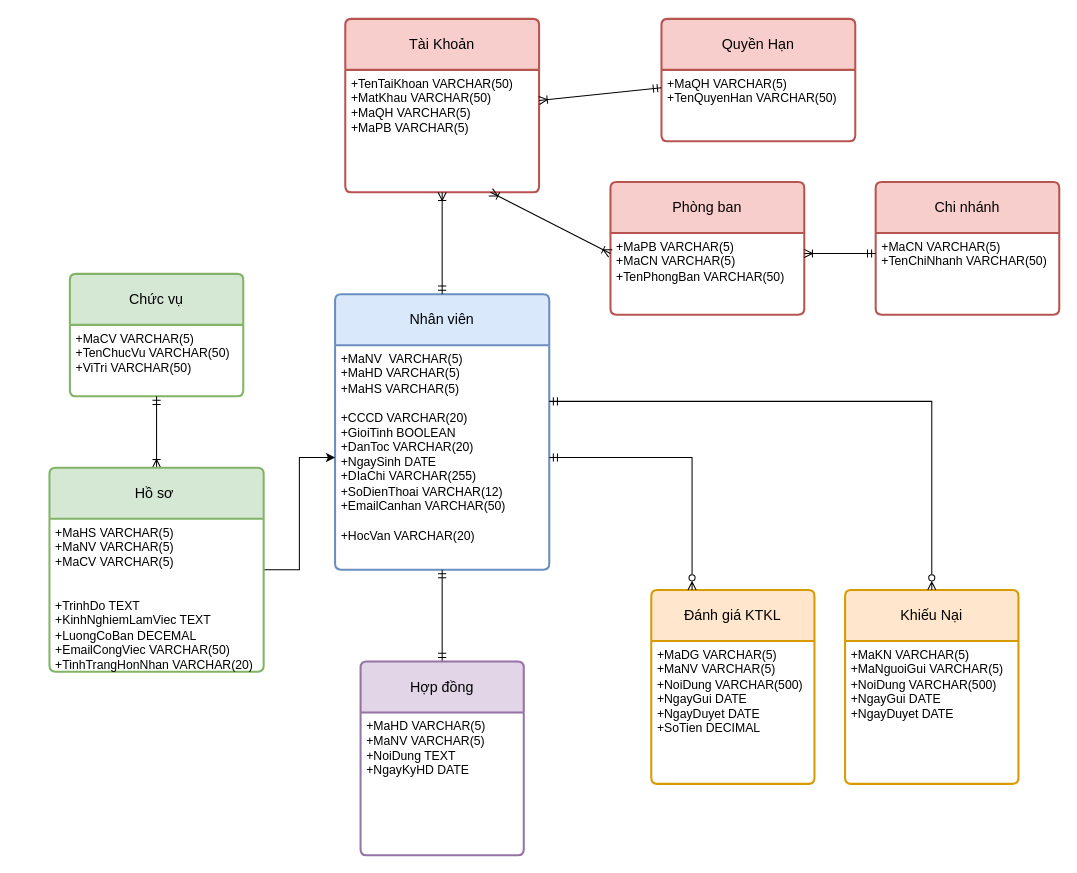
The draw.io diagram Untitled Diagram.drawio in dunkvippro/Quanlythuexe, before the edit. Source tidied: cells renumbered, new cells numbered last; positions are measured from the earlier drawing's top-left corner, leaving out a move shared by most shapes. Both pictures are drawn from the tidied source at 102%, with x=0, y=0 at pixel (49, 18).
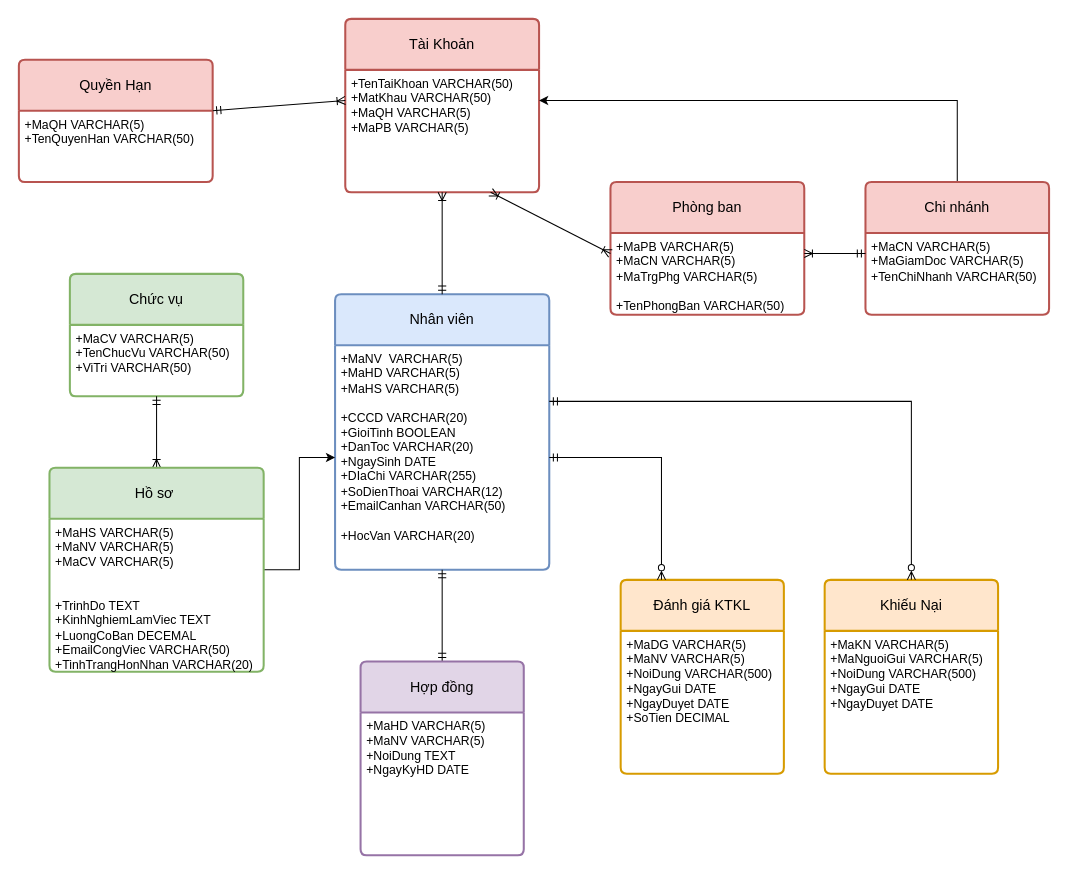
The same page after the edit.

Unchanged cells that the change refers to:
```xml
<mxCell id="3" value="+TenTaiKhoan VARCHAR(50)&lt;br&gt;+MatKhau VARCHAR(50)&lt;br&gt;+MaQH VARCHAR(5)&lt;br&gt;+MaPB VARCHAR(5)" style="align=left;strokeColor=none;fillColor=none;spacingLeft=4;fontSize=12;verticalAlign=top;html=1;" parent="2" vertex="1">
  <mxGeometry y="50" width="190" height="120" as="geometry" />
</mxCell>
<mxCell id="5" value="+MaQH VARCHAR(5)&lt;br&gt;+TenQuyenHan VARCHAR(50)" style="align=left;strokeColor=none;fillColor=none;spacingLeft=4;fontSize=12;verticalAlign=top;html=1;" parent="4" vertex="1">
  <mxGeometry y="50" width="190" height="70" as="geometry" />
</mxCell>
<mxCell id="9" value="Phòng ban" style="swimlane;horizontal=1;startSize=50;rounded=1;fontSize=14;fontStyle=0;strokeWidth=2;shadow=0;dashed=0;align=center;arcSize=4;whiteSpace=wrap;html=1;fillColor=#f8cecc;strokeColor=#b85450;" parent="1" vertex="1">
  <mxGeometry x="550" y="160" width="190" height="130" as="geometry" />
</mxCell>
```

Diff of the diagram source:
```diff
@@
     <mxCell id="4" value="Quyền Hạn" style="swimlane;horizontal=1;startSize=50;rounded=1;fontSize=14;fontStyle=0;strokeWidth=2;shadow=0;dashed=0;align=center;arcSize=4;whiteSpace=wrap;html=1;fillColor=#f8cecc;strokeColor=#b85450;" parent="1" vertex="1">
-      <mxGeometry x="600" width="190" height="120" as="geometry" />
+      <mxGeometry x="-30" y="40" width="190" height="120" as="geometry" />
     </mxCell>
@@
-    <mxCell id="6" style="fontSize=12;html=1;endArrow=ERoneToMany;startArrow=ERmandOne;rounded=0;exitX=0;exitY=0.25;exitDx=0;exitDy=0;entryX=1;entryY=0.25;entryDx=0;entryDy=0;" parent="1" edge="1" source="5" target="3">
+    <mxCell id="6" style="fontSize=12;html=1;endArrow=ERoneToMany;startArrow=ERmandOne;rounded=0;entryX=0;entryY=0.25;entryDx=0;entryDy=0;exitX=1;exitY=0;exitDx=0;exitDy=0;" parent="1" edge="1" source="5" target="3">
       <mxGeometry relative="1" as="geometry" />
     </mxCell>
@@
-    <mxCell id="10" value="+MaPB VARCHAR(5)&lt;br&gt;+MaCN VARCHAR(5)&lt;br&gt;+TenPhongBan VARCHAR(50)" style="align=left;strokeColor=none;fillColor=none;spacingLeft=4;fontSize=12;verticalAlign=top;html=1;" parent="9" vertex="1">
+    <mxCell id="10" value="+MaPB VARCHAR(5)&lt;br&gt;+MaCN VARCHAR(5)&lt;br&gt;+MaTrgPhg VARCHAR(5)&lt;br&gt;&lt;br&gt;+TenPhongBan VARCHAR(50)" style="align=left;strokeColor=none;fillColor=none;spacingLeft=4;fontSize=12;verticalAlign=top;html=1;" parent="9" vertex="1">
       <mxGeometry y="50" width="190" height="80" as="geometry" />
     </mxCell>
+    <mxCell id="31" style="edgeStyle=orthogonalEdgeStyle;rounded=0;jettySize=auto;html=1;entryX=1;entryY=0.25;entryDx=0;entryDy=0;" parent="1" edge="1" source="11" target="3">
+      <mxGeometry relative="1" as="geometry">
+        <Array as="points">
+          <mxPoint x="890" y="80" />
+        </Array>
+      </mxGeometry>
+    </mxCell>
     <mxCell id="11" value="Chi nhánh" style="swimlane;horizontal=1;startSize=50;rounded=1;fontSize=14;fontStyle=0;strokeWidth=2;shadow=0;dashed=0;align=center;arcSize=4;whiteSpace=wrap;html=1;fillColor=#f8cecc;strokeColor=#b85450;" parent="1" vertex="1">
-      <mxGeometry x="810" y="160" width="180" height="130" as="geometry" />
+      <mxGeometry x="800" y="160" width="180" height="130" as="geometry" />
     </mxCell>
-    <mxCell id="12" value="+MaCN VARCHAR(5)&lt;br&gt;+TenChiNhanh VARCHAR(50)" style="align=left;strokeColor=none;fillColor=none;spacingLeft=4;fontSize=12;verticalAlign=top;html=1;" parent="11" vertex="1">
+    <mxCell id="12" value="+MaCN VARCHAR(5)&lt;br&gt;+MaGiamDoc VARCHAR(5)&lt;br&gt;+TenChiNhanh VARCHAR(50)" style="align=left;strokeColor=none;fillColor=none;spacingLeft=4;fontSize=12;verticalAlign=top;html=1;" parent="11" vertex="1">
       <mxGeometry y="50" width="180" height="80" as="geometry" />
     </mxCell>
@@
     <mxCell id="15" value="Đánh giá KTKL" style="swimlane;horizontal=1;startSize=50;rounded=1;fontSize=14;fontStyle=0;strokeWidth=2;shadow=0;dashed=0;align=center;arcSize=4;whiteSpace=wrap;html=1;fillColor=#ffe6cc;strokeColor=#d79b00;" parent="1" vertex="1">
-      <mxGeometry x="590" y="560" width="160" height="190" as="geometry" />
+      <mxGeometry x="560" y="550" width="160" height="190" as="geometry" />
     </mxCell>
@@
     <mxCell id="17" value="Khiếu Nại" style="swimlane;horizontal=1;startSize=50;rounded=1;fontSize=14;fontStyle=0;strokeWidth=2;shadow=0;dashed=0;align=center;arcSize=4;whiteSpace=wrap;html=1;fillColor=#ffe6cc;strokeColor=#d79b00;" parent="1" vertex="1">
-      <mxGeometry x="780" y="560" width="170" height="190" as="geometry" />
+      <mxGeometry x="760" y="550" width="170" height="190" as="geometry" />
     </mxCell>
```
